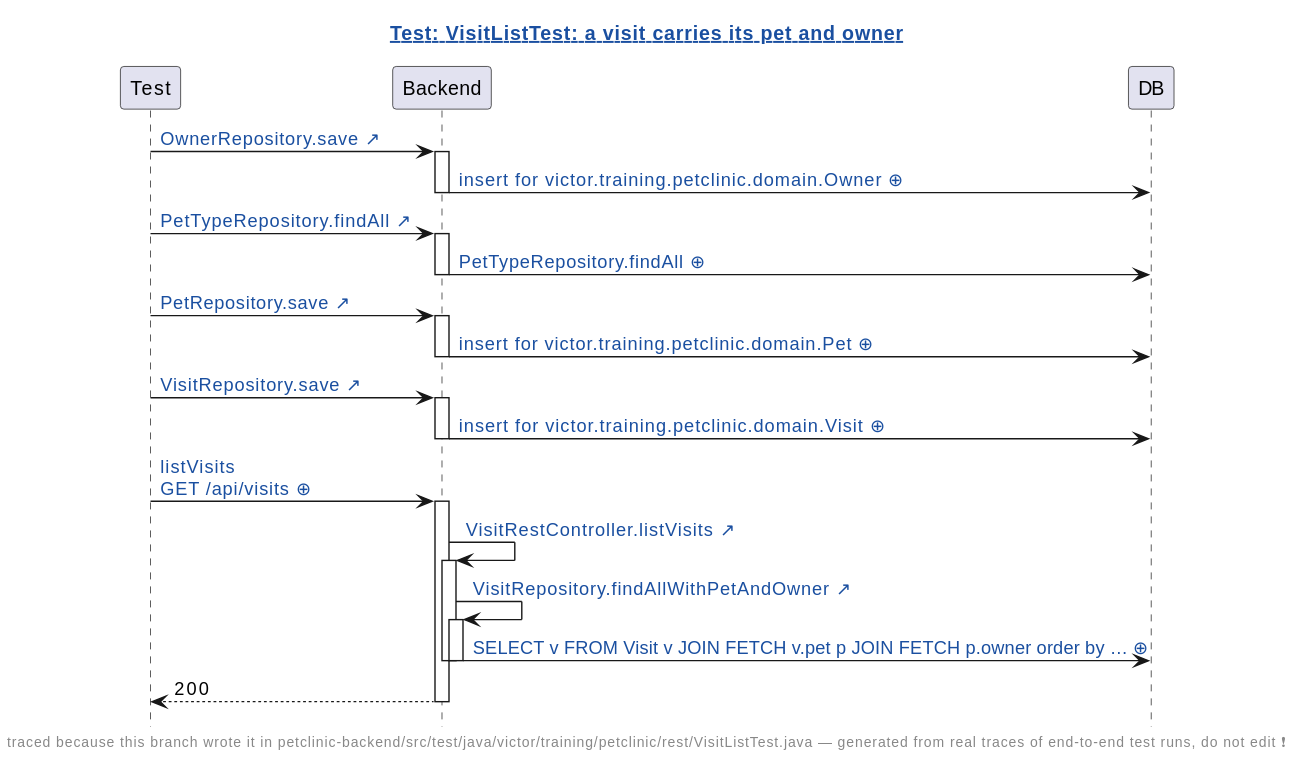
This is demo/demo2/assets/diagrams/petclinic-test_generated_VisitListTest.java.a-visit-carries-its-pet-and-owner.genseq.new.svg from victorrentea/human-review, a PlantUML export, as it was before one commit. The source it was exported from:
```plantuml
@startuml
hide footbox
skinparam hyperlinkUnderline false
skinparam hyperlinkColor #1A4FA0
skinparam sequenceGroupFontColor #888888
skinparam sequenceGroupFontStyle plain
title [[src://petclinic-backend/src/test/java/victor/training/petclinic/rest/VisitListTest.java:89{Click to open the test} Test: VisitListTest: a visit carries its pet and owner]]
footer traced because this branch wrote it in petclinic-backend/src/test/java/victor/training/petclinic/rest/VisitListTest.java — generated from real traces of end-to-end test runs, do not edit ❗
participant Test
participant Backend
participant DB
Test -> Backend: [[src://petclinic-backend/src/main/java/victor/training/petclinic/repository/OwnerRepository.java:19{Click to open OwnerRepository.save} OwnerRepository.save ↗]]
activate Backend
Backend -> DB: [[genseq://1x3fmx0{Click for the statement behind this call} insert for victor.training.petclinic.domain.Owner ⊕]]
deactivate Backend
Test -> Backend: [[src://petclinic-backend/src/main/java/victor/training/petclinic/repository/PetTypeRepository.java:11{Click to open PetTypeRepository.findAll} PetTypeRepository.findAll ↗]]
activate Backend
Backend -> DB: [[genseq://0ji1js5{Click for the statement behind this call} PetTypeRepository.findAll ⊕]]
deactivate Backend
Test -> Backend: [[src://petclinic-backend/src/main/java/victor/training/petclinic/repository/PetRepository.java:18{Click to open PetRepository.save} PetRepository.save ↗]]
activate Backend
Backend -> DB: [[genseq://08brujg{Click for the statement behind this call} insert for victor.training.petclinic.domain.Pet ⊕]]
deactivate Backend
Test -> Backend: [[src://petclinic-backend/src/main/java/victor/training/petclinic/repository/VisitRepository.java:16{Click to open VisitRepository.save} VisitRepository.save ↗]]
activate Backend
Backend -> DB: [[genseq://15t4cj9{Click for the statement behind this call} insert for victor.training.petclinic.domain.Visit ⊕]]
deactivate Backend
Test -> Backend: [[genseq://06pr5p7{Click for the request as it was sent} listVisits\nGET /api/visits ⊕]]
activate Backend
Backend -> Backend: [[src://petclinic-backend/src/main/java/victor/training/petclinic/rest/VisitRestController.java:54{Click to open VisitRestController.listVisits} VisitRestController.listVisits ↗]]
activate Backend
Backend -> Backend: [[src://petclinic-backend/src/main/java/victor/training/petclinic/repository/VisitRepository.java:22{Click to open VisitRepository.findAllWithPetAndOwner} VisitRepository.findAllWithPetAndOwner ↗]]
activate Backend
Backend -> DB: [[genseq://114roce{Click for the statement behind this call} SELECT v FROM Visit v JOIN FETCH v.pet p JOIN FETCH p.owner order by … ⊕]]
deactivate Backend
deactivate Backend
Backend --> Test: 200
deactivate Backend
@enduml
```
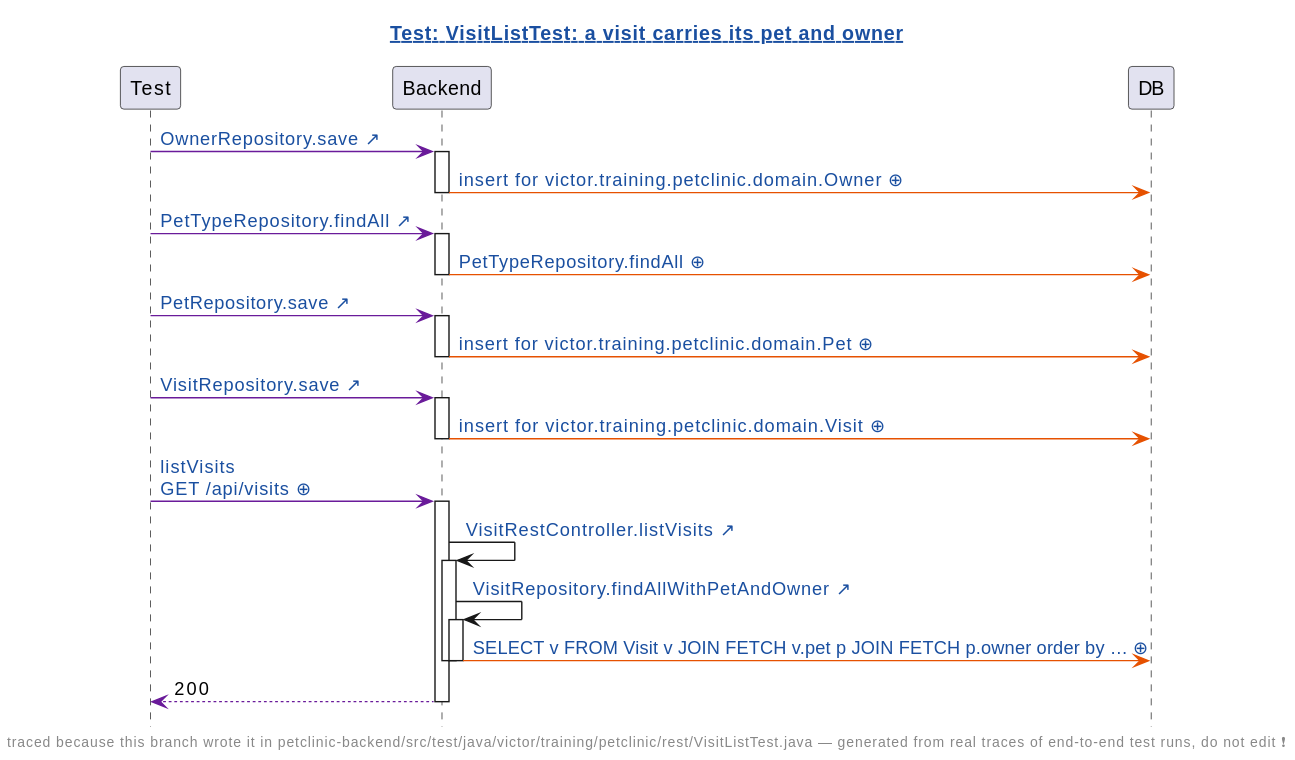
The same diagram one commit later.

What changed in the source:
```diff
@@ -9,31 +9,31 @@
 participant Test
 participant Backend
 participant DB
-Test -> Backend: [[src://petclinic-backend/src/main/java/victor/training/petclinic/repository/OwnerRepository.java:19{Click to open OwnerRepository.save} OwnerRepository.save ↗]]
+Test -[#6A1B9A]> Backend: [[src://petclinic-backend/src/main/java/victor/training/petclinic/repository/OwnerRepository.java:19{Click to open OwnerRepository.save} OwnerRepository.save ↗]]
 activate Backend
-Backend -> DB: [[genseq://1x3fmx0{Click for the statement behind this call} insert for victor.training.petclinic.domain.Owner ⊕]]
+Backend -[#E65100]> DB: [[genseq://1x3fmx0{Click for the statement behind this call} insert for victor.training.petclinic.domain.Owner ⊕]]
 deactivate Backend
-Test -> Backend: [[src://petclinic-backend/src/main/java/victor/training/petclinic/repository/PetTypeRepository.java:11{Click to open PetTypeRepository.findAll} PetTypeRepository.findAll ↗]]
+Test -[#6A1B9A]> Backend: [[src://petclinic-backend/src/main/java/victor/training/petclinic/repository/PetTypeRepository.java:11{Click to open PetTypeRepository.findAll} PetTypeRepository.findAll ↗]]
 activate Backend
-Backend -> DB: [[genseq://0ji1js5{Click for the statement behind this call} PetTypeRepository.findAll ⊕]]
+Backend -[#E65100]> DB: [[genseq://0ji1js5{Click for the statement behind this call} PetTypeRepository.findAll ⊕]]
 deactivate Backend
-Test -> Backend: [[src://petclinic-backend/src/main/java/victor/training/petclinic/repository/PetRepository.java:18{Click to open PetRepository.save} PetRepository.save ↗]]
+Test -[#6A1B9A]> Backend: [[src://petclinic-backend/src/main/java/victor/training/petclinic/repository/PetRepository.java:18{Click to open PetRepository.save} PetRepository.save ↗]]
 activate Backend
-Backend -> DB: [[genseq://08brujg{Click for the statement behind this call} insert for victor.training.petclinic.domain.Pet ⊕]]
+Backend -[#E65100]> DB: [[genseq://08brujg{Click for the statement behind this call} insert for victor.training.petclinic.domain.Pet ⊕]]
 deactivate Backend
-Test -> Backend: [[src://petclinic-backend/src/main/java/victor/training/petclinic/repository/VisitRepository.java:16{Click to open VisitRepository.save} VisitRepository.save ↗]]
+Test -[#6A1B9A]> Backend: [[src://petclinic-backend/src/main/java/victor/training/petclinic/repository/VisitRepository.java:16{Click to open VisitRepository.save} VisitRepository.save ↗]]
 activate Backend
-Backend -> DB: [[genseq://15t4cj9{Click for the statement behind this call} insert for victor.training.petclinic.domain.Visit ⊕]]
+Backend -[#E65100]> DB: [[genseq://15t4cj9{Click for the statement behind this call} insert for victor.training.petclinic.domain.Visit ⊕]]
 deactivate Backend
-Test -> Backend: [[genseq://06pr5p7{Click for the request as it was sent} listVisits\nGET /api/visits ⊕]]
+Test -[#6A1B9A]> Backend: [[genseq://06pr5p7{Click for the request as it was sent} listVisits\nGET /api/visits ⊕]]
 activate Backend
 Backend -> Backend: [[src://petclinic-backend/src/main/java/victor/training/petclinic/rest/VisitRestController.java:54{Click to open VisitRestController.listVisits} VisitRestController.listVisits ↗]]
 activate Backend
 Backend -> Backend: [[src://petclinic-backend/src/main/java/victor/training/petclinic/repository/VisitRepository.java:22{Click to open VisitRepository.findAllWithPetAndOwner} VisitRepository.findAllWithPetAndOwner ↗]]
 activate Backend
-Backend -> DB: [[genseq://114roce{Click for the statement behind this call} SELECT v FROM Visit v JOIN FETCH v.pet p JOIN FETCH p.owner order by … ⊕]]
+Backend -[#E65100]> DB: [[genseq://114roce{Click for the statement behind this call} SELECT v FROM Visit v JOIN FETCH v.pet p JOIN FETCH p.owner order by … ⊕]]
 deactivate Backend
 deactivate Backend
-Backend --> Test: 200
+Backend -[#6A1B9A]-> Test: 200
 deactivate Backend
 @enduml
```
